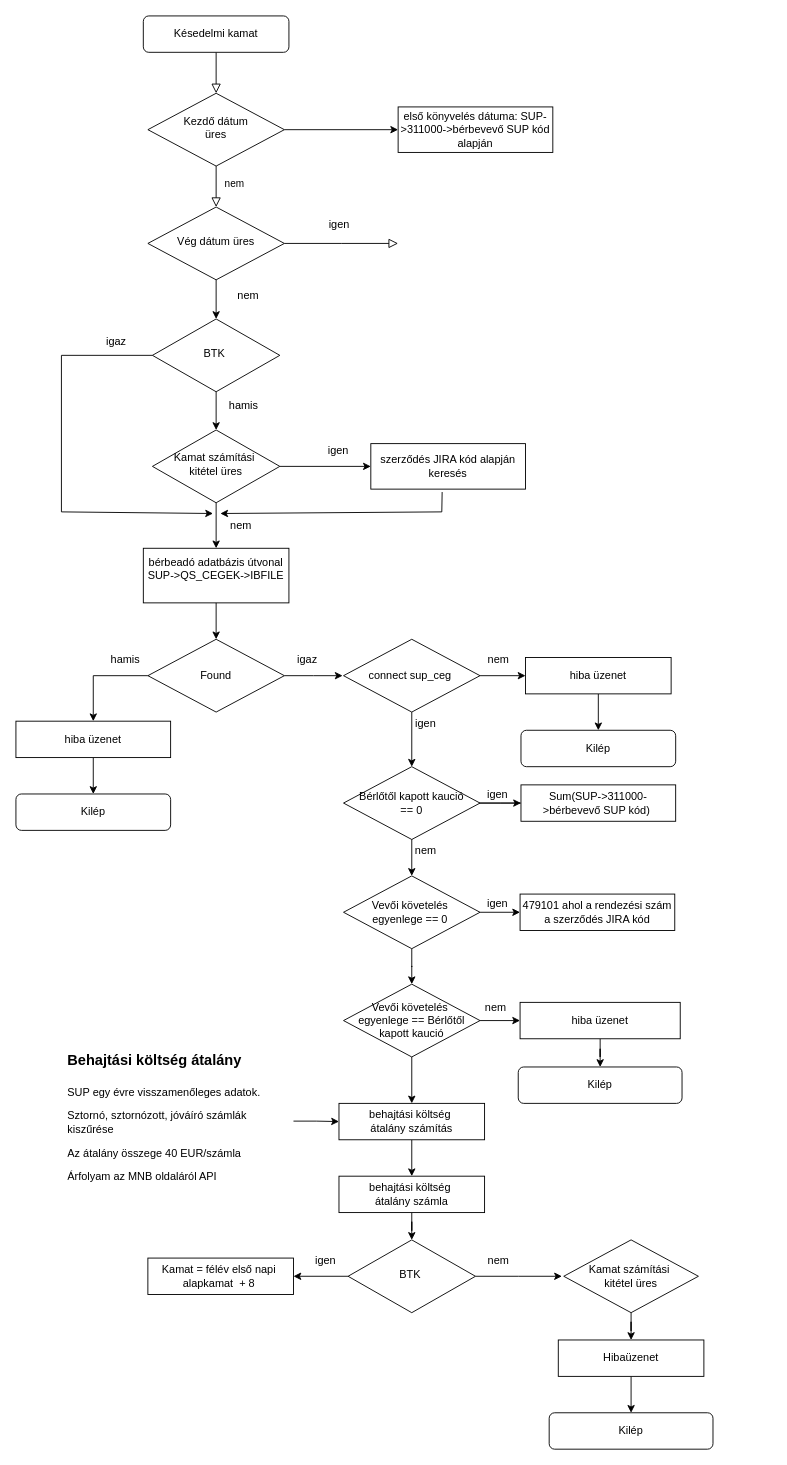
Earlier version of the draw.io diagram assets_project.drawio (Cgyulas0525/indotek_erp). Source tidied: cells renumbered, new cells numbered last; positions are measured from the earlier drawing's top-left corner, leaving out a move shared by most shapes. Both pictures are drawn from the tidied source at 91%, with x=0, y=0 at pixel (15, 15).
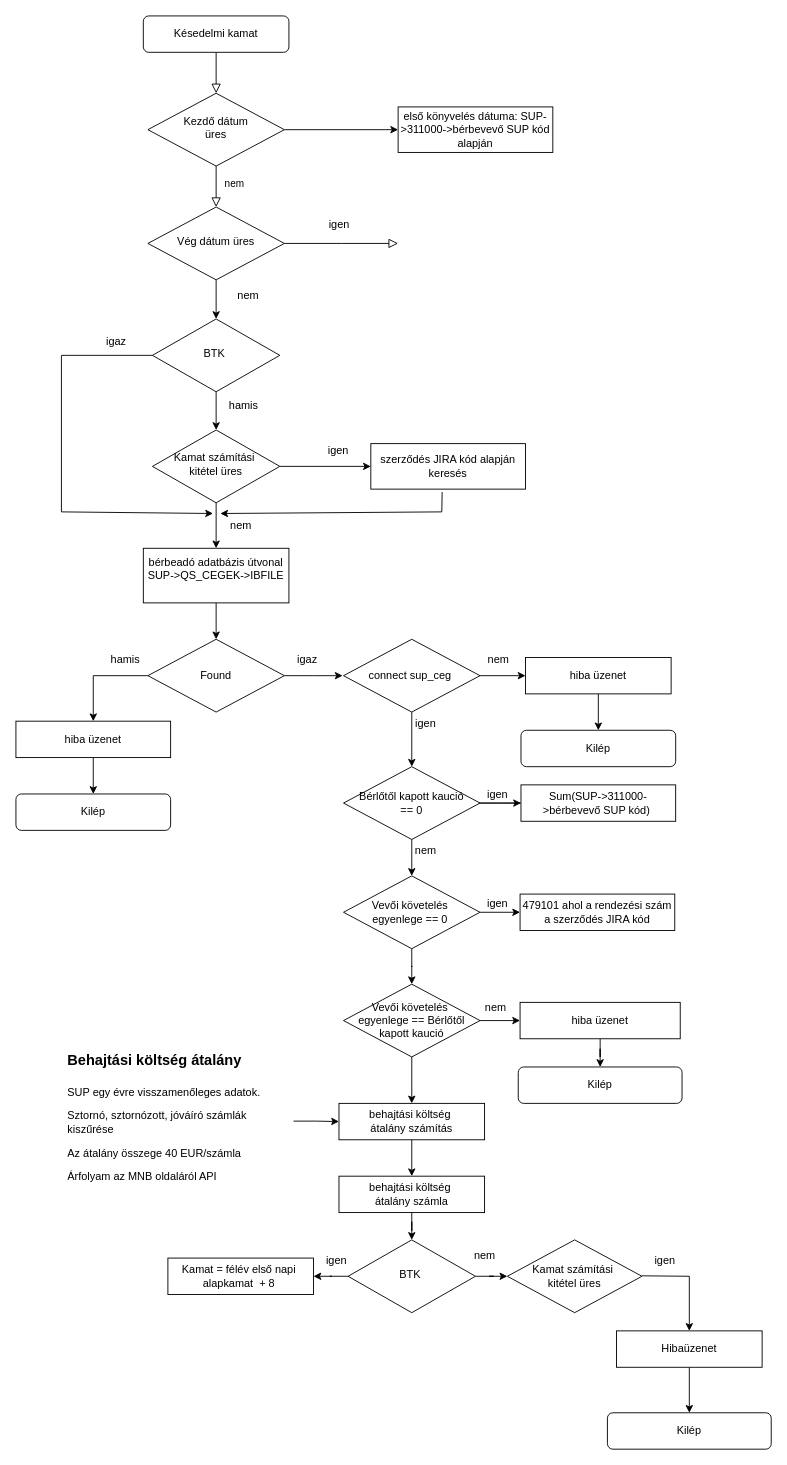
The same page after the edit.

The change refers to these unchanged cells:
```xml
<mxCell id="68" value="BTK&amp;nbsp;" style="rhombus;whiteSpace=wrap;html=1;shadow=0;fontFamily=Helvetica;fontSize=12;align=center;strokeWidth=1;spacing=6;spacingTop=-4;" parent="1" vertex="1">
  <mxGeometry x="365" y="1345" width="140" height="80" as="geometry" />
</mxCell>
```

Diff of the diagram source:
```diff
@@
-    <mxCell id="67" style="edgeStyle=orthogonalEdgeStyle;rounded=0;jettySize=auto;html=1;" parent="1" edge="1" source="68">
-      <mxGeometry relative="1" as="geometry">
-        <mxPoint x="600" y="1385" as="targetPoint" />
-      </mxGeometry>
-    </mxCell>
+    <mxCell id="79" style="edgeStyle=orthogonalEdgeStyle;rounded=0;jettySize=auto;html=1;" parent="1" edge="1" source="68" target="75">
+      <mxGeometry relative="1" as="geometry" />
+    </mxCell>
@@
     <mxCell id="69" value="&lt;span style=&quot;text-wrap: nowrap;&quot;&gt;Kamat = félév első napi&amp;nbsp;&lt;/span&gt;&lt;div&gt;&lt;span style=&quot;text-wrap: nowrap;&quot;&gt;alapkamat&amp;nbsp; + 8&amp;nbsp;&lt;/span&gt;&lt;/div&gt;" style="rounded=0;whiteSpace=wrap;html=1;" parent="1" vertex="1">
-      <mxGeometry x="145" y="1365" width="160" height="40" as="geometry" />
+      <mxGeometry x="167" y="1365" width="160" height="40" as="geometry" />
     </mxCell>
     <mxCell id="70" value="igen" style="text;html=1;align=center;verticalAlign=middle;strokeColor=none;fillColor=none;" parent="1" vertex="1">
-      <mxGeometry x="315" y="1353" width="50" height="30" as="geometry" />
+      <mxGeometry x="327" y="1353" width="50" height="30" as="geometry" />
     </mxCell>
     <mxCell id="71" value="nem" style="text;html=1;align=center;verticalAlign=middle;strokeColor=none;fillColor=none;" parent="1" vertex="1">
-      <mxGeometry x="505" y="1353" width="50" height="30" as="geometry" />
+      <mxGeometry x="490" y="1347" width="50" height="30" as="geometry" />
     </mxCell>
@@
     <mxCell id="73" value="&lt;span style=&quot;text-wrap: nowrap;&quot;&gt;Hibaüzenet&lt;/span&gt;" style="rounded=0;whiteSpace=wrap;html=1;" parent="1" vertex="1">
-      <mxGeometry x="596" y="1455" width="160" height="40" as="geometry" />
+      <mxGeometry x="660" y="1445" width="160" height="40" as="geometry" />
     </mxCell>
-    <mxCell id="74" style="edgeStyle=orthogonalEdgeStyle;rounded=0;jettySize=auto;html=1;" parent="1" edge="1" source="75" target="73">
-      <mxGeometry relative="1" as="geometry" />
-    </mxCell>
     <mxCell id="75" value="Kamat számítási&amp;nbsp;&lt;div&gt;kitétel&amp;nbsp;&lt;span style=&quot;background-color: initial;&quot;&gt;üres&lt;/span&gt;&lt;/div&gt;" style="rhombus;whiteSpace=wrap;html=1;" parent="1" vertex="1">
-      <mxGeometry x="602" y="1345" width="148" height="80" as="geometry" />
+      <mxGeometry x="540" y="1345" width="148" height="80" as="geometry" />
     </mxCell>
     <mxCell id="76" value="Kilép" style="rounded=1;whiteSpace=wrap;html=1;" parent="1" vertex="1">
-      <mxGeometry x="586" y="1535" width="180" height="40" as="geometry" />
+      <mxGeometry x="650" y="1535" width="180" height="40" as="geometry" />
     </mxCell>
@@
+    <mxCell id="80" style="edgeStyle=none;jettySize=auto;html=1;rounded=0;entryX=0.5;entryY=0;entryDx=0;entryDy=0;" parent="1" edge="1" target="73">
+      <mxGeometry relative="1" as="geometry">
+        <mxPoint x="688" y="1384.5" as="sourcePoint" />
+        <Array as="points">
+          <mxPoint x="740" y="1385" />
+        </Array>
+      </mxGeometry>
+    </mxCell>
+    <mxCell id="81" value="igen" style="text;html=1;align=center;verticalAlign=middle;strokeColor=none;fillColor=none;" parent="1" vertex="1">
+      <mxGeometry x="688" y="1353" width="50" height="30" as="geometry" />
+    </mxCell>
```
